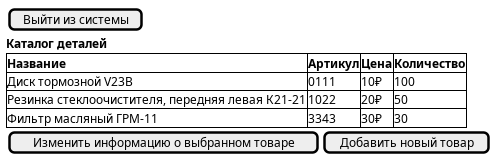
Before: uml-диаграммы/out/Поставщик/Просмотр_доступных_товаров/Список товаров.png, a diagram exported from PlantUML (BombasticFantastik/PIS_Course_work). The source it was exported from:
```plantuml
@startsalt Список товаров
{
    {
        [Выйти из системы]|
    }
    <b>Каталог деталей
    {# | <b>Название | <b>Артикул| <b>Цена| <b>Количество
    | Диск тормозной V23B  | 0111  | 10₽ | 100
    |  Резинка стеклоочистителя, передняя левая К21-21 | 1022 | 20₽ | 50
    | Фильтр масляный ГРМ-11 | 3343 | 30₽ | 30
    }
    {
        [Изменить информацию о выбранном товаре]|[Добавить новый товар]
    }

}
@endsalt
```
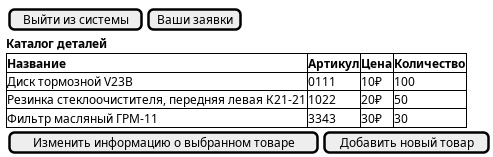
Later version of the same file.

Change to the diagram source:
```diff
@@ -1,7 +1,7 @@
 @startsalt Список товаров
 {
     {
-        [Выйти из системы]|
+        [Выйти из системы]|[Ваши заявки]
     }
     <b>Каталог деталей
     {# | <b>Название | <b>Артикул| <b>Цена| <b>Количество
```
